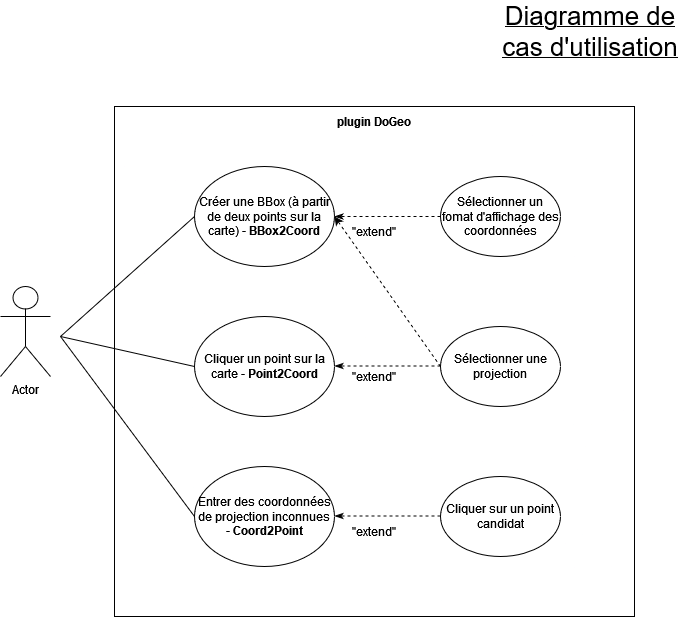
Before: diag_UseCases.png, a diagram exported from draw.io (leonielrx/ProjetInfo_DoGeo). Source tidied: cells renumbered, new cells last; positions are measured from the earlier drawing's top-left corner, leaving out a move shared by most shapes.
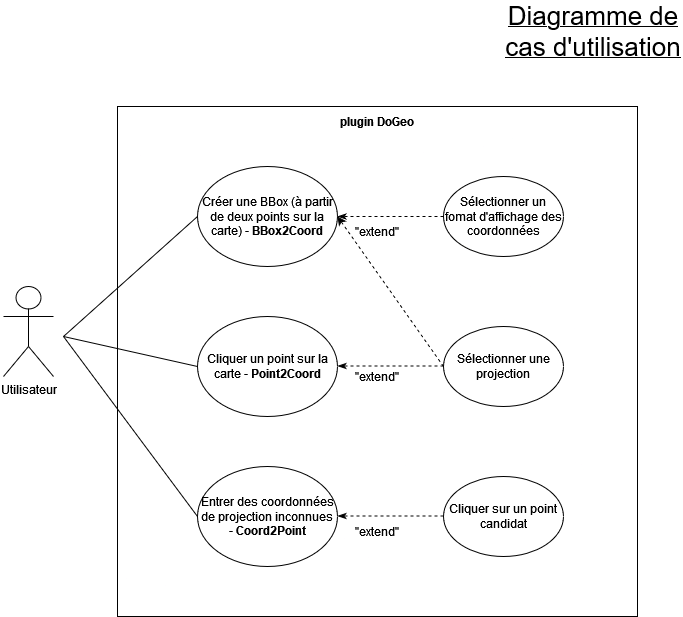
Above is the later version.

Commit message:
Mettre à jour diag_UseCases.png

Diff of the diagram source:
```diff
@@ -2,7 +2,7 @@
   <root>
     <mxCell id="0" />
     <mxCell id="1" parent="0" />
-    <mxCell id="2" value="Actor" style="shape=umlActor;verticalLabelPosition=bottom;verticalAlign=top;html=1;" parent="1" vertex="1">
+    <mxCell id="2" value="Utilisateur" style="shape=umlActor;verticalLabelPosition=bottom;verticalAlign=top;html=1;align=center;" parent="1" vertex="1">
       <mxGeometry y="270" width="50" height="90" as="geometry" />
     </mxCell>
     <mxCell id="3" style="verticalLabelPosition=bottom;verticalAlign=top;html=1;shape=mxgraph.basic.rect;fillColor2=none;strokeWidth=1;size=20;indent=5;" parent="1" vertex="1">
```
